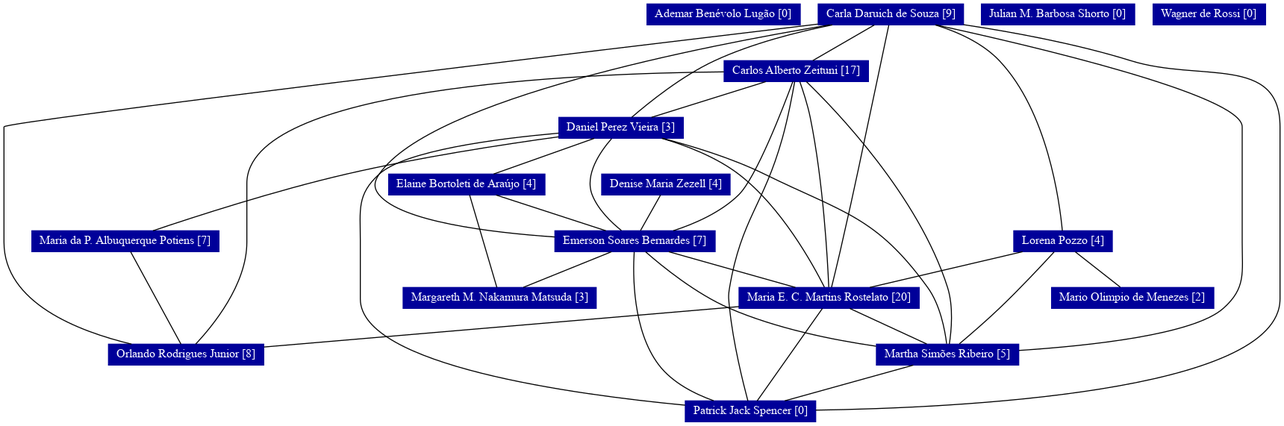
This is grafoDeColaboracoesSemPesos.png from ipencnensp/mptrcs, a Graphviz export, as it was before one commit. Its source is kept beside it as grafoDeColaboracoesSemPesos.dot.
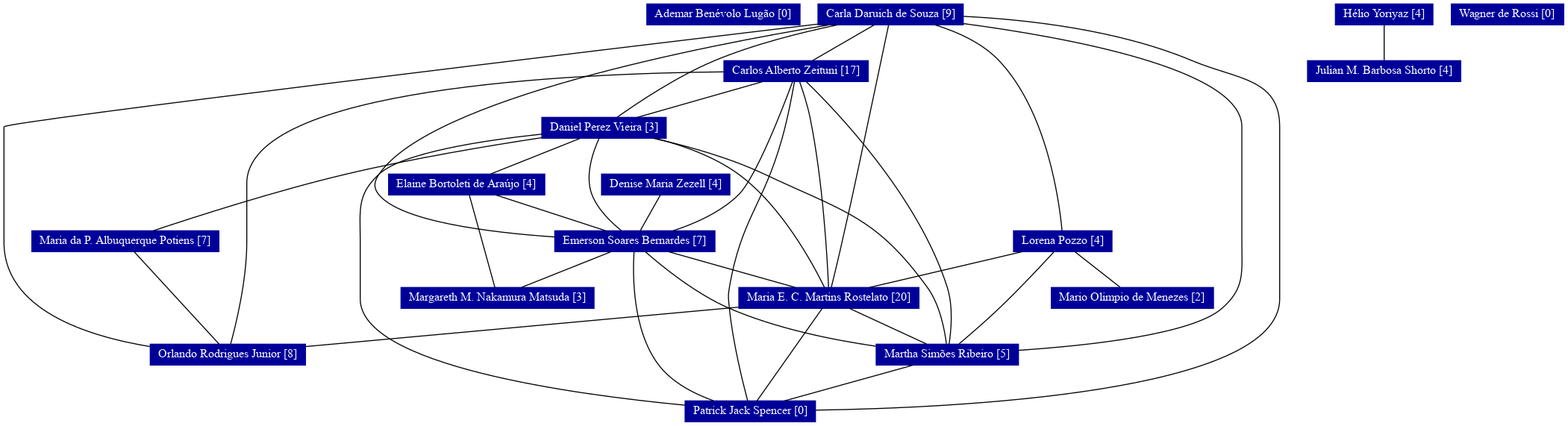
Above is the later version.

Change to the diagram source:
```diff
@@ -1,5 +1,5 @@
 strict graph grafo1 {
-	graph [bb="0,0,1282,420",
+	graph [bb="0,0,1567.5,420",
 		id=grafo1,
 		overlap=False
 	];
@@ -35,9 +35,9 @@
 		fontcolor="#FFFFFF",
 		height=0.29167,
 		label="Daniel Perez Vieira [3]",
-		pos="620,295.5",
+		pos="603,295.5",
 		width=1.7361];
-	1 -- 3	[pos="832.18,398.96 796.83,391.88 751.57,380.4 714,363 680.99,347.71 647.4,320.55 630.75,306.13"];
+	1 -- 3	[pos="837.43,398.93 801.63,391.52 753.96,379.69 714,363 676.27,347.24 636.09,320.28 616.01,306.01"];
 	6	[URL="membro-2599156909197631.html",
 		color="#000099",
 		fontcolor="#FFFFFF",
@@ -45,60 +45,60 @@
 		label="Emerson Soares Bernardes [7]",
 		pos="634,181.5",
 		width=2.2361];
-	1 -- 6	[pos="829.52,398.99 704.73,378.26 429.1,324.72 377,249 371.71,241.31 371,235.15 377,228 399.27,201.44 486.72,190.37 553.48,185.77"];
-	8	[URL="membro-4002781248359452.html",
+	1 -- 6	[pos="829,398.94 703.91,378.21 428.78,324.8 377,249 371.74,241.29 371,235.15 377,228 399.27,201.44 486.72,190.37 553.48,185.77"];
+	9	[URL="membro-4002781248359452.html",
 		color="#000099",
 		fontcolor="#FFFFFF",
 		height=0.29167,
 		label="Lorena Pozzo [4]",
 		pos="1064,181.5",
 		width=1.375];
-	1 -- 8	[pos="935.73,398.92 957.66,392.17 982.94,381.02 1000,363 1048.5,311.81 1060.5,221.62 1063.3,192.13"];
-	11	[URL="membro-4947891787244417.html",
+	1 -- 9	[pos="935.73,398.92 957.66,392.17 982.94,381.02 1000,363 1048.5,311.81 1060.5,221.62 1063.3,192.13"];
+	12	[URL="membro-4947891787244417.html",
 		color="#000099",
 		fontcolor="#FFFFFF",
 		height=0.29167,
 		label="Maria E. C. Martins Rostelato [20]",
 		pos="829,124.5",
 		width=2.5139];
-	1 -- 11	[pos="888.93,398.58 886.21,385.58 881.29,362.08 877,342 860.77,265.95 857.36,246.8 840,171 837.17,158.64 833.7,144.45 831.43,135.25"];
-	13	[URL="membro-4996734160632011.html",
+	1 -- 12	[pos="888.93,398.58 886.21,385.58 881.29,362.08 877,342 860.77,265.95 857.36,246.8 840,171 837.17,158.64 833.7,144.45 831.43,135.25"];
+	14	[URL="membro-4996734160632011.html",
 		color="#000099",
 		fontcolor="#FFFFFF",
 		height=0.29167,
 		label="Martha Simões Ribeiro [5]",
 		pos="948,67.5",
 		width=1.9861];
-	1 -- 13	[pos="936.07,398.99 1031.2,378.3 1244,328.45 1244,296.5 1244,296.5 1244,296.5 1244,180.5 1244,149.76 1248,134.44 1225,114 1195.4,87.623 \
-1091.5,76.394 1019.7,71.714"];
-	14	[URL="membro-4497027431723360.html",
+	1 -- 14	[pos="964.14,400.28 1067.5,386.58 1244,354.69 1244,296.5 1244,296.5 1244,296.5 1244,180.5 1244,149.64 1247.2,134.37 1224,114 1194.4,87.952 \
+1091.1,76.64 1019.7,71.851"];
+	15	[URL="membro-4497027431723360.html",
 		color="#000099",
 		fontcolor="#FFFFFF",
 		height=0.29167,
 		label="Orlando Rodrigues Junior [8]",
-		pos="183,67.5",
+		pos="225,67.5",
 		width=2.1667];
-	1 -- 14	[pos="817.71,399.77 604.57,374.31 0,301.64 0,296.5 0,296.5 0,296.5 0,180.5 0,119.78 74.19,90.98 128.09,78.065"];
-	15	[URL="membro-2173085213526010.html",
+	1 -- 15	[pos="817.71,399.77 604.57,374.31 0,301.64 0,296.5 0,296.5 0,296.5 0,180.5 0,113.08 81.952,86.248 146.94,75.565"];
+	16	[URL="membro-2173085213526010.html",
 		color="#000099",
 		fontcolor="#FFFFFF",
 		height=0.29167,
 		label="Patrick Jack Spencer [0]",
 		pos="750,10.5",
 		width=1.8194];
-	1 -- 15	[pos="964.04,399.19 1012.4,391.94 1076.8,380.19 1132,363 1201.6,341.31 1282,369.42 1282,296.5 1282,296.5 1282,296.5 1282,123.5 1282,29.173 \
+	1 -- 16	[pos="964.11,407.56 1027.2,404.44 1119.7,394.24 1194,363 1239.2,344 1282,345.52 1282,296.5 1282,296.5 1282,296.5 1282,123.5 1282,29.173 \
 957.7,13.866 815.5,11.688"];
-	2 -- 3	[pos="765.34,341.92 733.14,331.86 682.78,316.12 650.6,306.06"];
+	2 -- 3	[pos="762.38,341.92 727.07,331.86 671.85,316.12 636.56,306.06"];
 	2 -- 6	[pos="792.51,341.92 782.91,315.97 755.65,245.19 738,228 719.93,210.4 693.93,199.03 672.44,192.05"];
-	2 -- 11	[pos="799.56,341.88 802.78,332.76 807.42,318.63 810,306 823.13,241.79 827.47,162.76 828.63,135.39"];
-	2 -- 13	[pos="806.14,341.95 835.27,313.73 918.94,226.96 948,135 954.12,115.62 951.83,91.459 949.79,78.247"];
-	2 -- 14	[pos="723.27,351.76 573.38,350.33 244,336.19 244,239.5 244,239.5 244,239.5 244,180.5 244,137.99 209.69,96.244 192.53,78.029"];
-	2 -- 15	[pos="794.4,341.93 792.12,328.93 787.61,304.99 782,285 762.9,216.92 740.95,204.69 729,135 727.42,125.8 728.06,123.29 729,114 732.52,79.302 \
+	2 -- 12	[pos="799.56,341.88 802.78,332.76 807.42,318.63 810,306 823.13,241.79 827.47,162.76 828.63,135.39"];
+	2 -- 14	[pos="806.14,341.95 835.27,313.73 918.94,226.96 948,135 954.12,115.62 951.83,91.459 949.79,78.247"];
+	2 -- 15	[pos="723.27,351.76 573.38,350.33 244,336.19 244,239.5 244,239.5 244,239.5 244,180.5 244,142.24 233.09,97.648 227.8,78.293"];
+	2 -- 16	[pos="794.4,341.93 792.12,328.93 787.61,304.99 782,285 762.9,216.92 740.95,204.69 729,135 727.42,125.8 728.06,123.29 729,114 732.52,79.302 \
 742.57,38.995 747.38,21.01"];
-	3 -- 6	[pos="610.49,284.67 599.21,271.77 582.9,248.36 591,228 596.86,213.26 610.03,200.53 620.25,192.32"];
-	3 -- 11	[pos="660.85,284.95 685,277.87 715.22,266.38 738,249 780.77,216.36 812.7,158.34 824.27,135.31"];
-	3 -- 13	[pos="661.3,284.99 690.79,277.36 730.94,265.25 764,249 843.67,209.85 875.86,206.85 928,135 940.6,117.63 945.35,92.266 947.07,78.421"];
-	3 -- 15	[pos="557.33,290.17 494.3,284.56 402.86,272.56 377,249 354.28,228.3 358,213.24 358,182.5 358,182.5 358,182.5 358,123.5 358,56.437 572.8,\
+	3 -- 6	[pos="597.98,284.7 591.9,271.42 583.37,247.19 591,228 596.86,213.26 610.03,200.53 620.25,192.32"];
+	3 -- 12	[pos="654.55,284.94 681.3,278.14 713.43,266.93 738,249 781.67,217.13 813.3,158.15 824.53,135.09"];
+	3 -- 14	[pos="652.78,284.92 685.4,277.58 728.42,265.82 764,249 844.26,211.07 875.86,206.85 928,135 940.6,117.63 945.35,92.266 947.07,78.421"];
+	3 -- 16	[pos="540.32,289.15 481.9,282.91 400.38,270.59 377,249 354.42,228.15 358,213.24 358,182.5 358,182.5 358,182.5 358,123.5 358,56.437 572.8,\
 27.289 684.39,16.67"];
 	5	[URL="membro-4921659299780500.html",
 		color="#000099",
@@ -107,43 +107,43 @@
 		label="Elaine Bortoleti de Araújo [4]",
 		pos="465,238.5",
 		width=2.1806];
-	3 -- 5	[pos="593,284.92 564.64,274.86 520.29,259.12 491.95,249.06"];
-	10	[URL="membro-2413622335075405.html",
+	3 -- 5	[pos="578.96,284.92 553.79,274.89 514.47,259.22 489.23,249.16"];
+	11	[URL="membro-2413622335075405.html",
 		color="#000099",
 		fontcolor="#FFFFFF",
 		height=0.29167,
 		label="Maria da P. Albuquerque Potiens [7]",
 		pos="122,181.5",
 		width=2.6111];
-	3 -- 10	[pos="557.35,286.5 501.11,278.76 416.51,265.76 344,249 273.05,232.6 191.45,206.15 149.73,192.05"];
-	6 -- 11	[pos="667.97,170.92 703.65,160.86 759.44,145.12 795.1,135.06"];
-	6 -- 13	[pos="644.52,170.93 661.17,156.31 695.18,128.61 729,114 775.88,93.749 832.38,82.297 876.25,75.948"];
-	6 -- 15	[pos="633.16,170.68 631.76,148.13 631.37,91.904 658,57 671.51,39.292 693.76,28.029 713,21.139"];
-	9	[URL="membro-5731839027155619.html",
+	3 -- 11	[pos="540.31,285.59 487.59,277.6 410.42,264.72 344,249 273.33,232.27 191.95,206.07 150.1,192.07"];
+	6 -- 12	[pos="667.97,170.92 703.65,160.86 759.44,145.12 795.1,135.06"];
+	6 -- 14	[pos="644.52,170.93 661.17,156.31 695.18,128.61 729,114 775.88,93.749 832.38,82.297 876.25,75.948"];
+	6 -- 16	[pos="633.16,170.68 631.76,148.13 631.37,91.904 658,57 671.51,39.292 693.76,28.029 713,21.139"];
+	10	[URL="membro-5731839027155619.html",
 		color="#000099",
 		fontcolor="#FFFFFF",
 		height=0.29167,
 		label="Margareth M. Nakamura Matsuda [3]",
-		pos="498,124.5",
+		pos="496,124.5",
 		width=2.6944];
-	6 -- 9	[pos="610.31,170.92 585.5,160.89 546.75,145.22 521.87,135.16"];
-	8 -- 11	[pos="1023.3,170.98 980.38,160.93 913.02,145.16 869.96,135.09"];
-	8 -- 13	[pos="1055.1,170.78 1043,157.6 1020.4,133.46 1000,114 986.63,101.25 970.53,87.375 959.82,78.342"];
-	12	[URL="membro-4882949829423994.html",
+	6 -- 10	[pos="609.96,170.92 584.79,160.89 545.47,145.22 520.23,135.16"];
+	9 -- 12	[pos="1023.3,170.98 980.38,160.93 913.02,145.16 869.96,135.09"];
+	9 -- 14	[pos="1055.1,170.78 1043,157.6 1020.4,133.46 1000,114 986.63,101.25 970.53,87.375 959.82,78.342"];
+	13	[URL="membro-4882949829423994.html",
 		color="#000099",
 		fontcolor="#FFFFFF",
 		height=0.29167,
 		label="Mario Olimpio de Menezes [2]",
 		pos="1134,124.5",
 		width=2.2639];
-	8 -- 12	[pos="1076.2,170.92 1088.9,160.95 1108.7,145.41 1121.5,135.34"];
-	11 -- 13	[pos="849.73,113.92 871.44,103.89 905.34,88.216 927.11,78.155"];
-	11 -- 14	[pos="738.5,115.79 611.23,104.96 381.53,85.403 261.25,75.162"];
-	11 -- 15	[pos="822.26,113.95 807.34,92.791 771.63,42.162 756.72,21.025"];
-	13 -- 15	[pos="913.51,56.92 877.28,46.856 820.63,31.12 784.43,21.063"];
+	9 -- 13	[pos="1076.2,170.92 1088.9,160.95 1108.7,145.41 1121.5,135.34"];
+	12 -- 14	[pos="849.73,113.92 871.44,103.89 905.34,88.216 927.11,78.155"];
+	12 -- 15	[pos="738.25,115.24 620.02,104.47 415.25,85.824 303.43,75.642"];
+	12 -- 16	[pos="822.26,113.95 807.34,92.791 771.63,42.162 756.72,21.025"];
+	14 -- 16	[pos="913.51,56.92 877.28,46.856 820.63,31.12 784.43,21.063"];
 	5 -- 6	[pos="494.44,227.92 525.36,217.86 573.71,202.12 604.62,192.06"];
-	5 -- 9	[pos="467.81,227.95 474.05,206.79 488.97,156.16 495.19,135.02"];
-	10 -- 14	[pos="127.2,170.95 138.73,149.79 166.3,99.162 177.81,78.025"];
+	5 -- 10	[pos="467.64,227.95 473.5,206.79 487.51,156.16 493.36,135.02"];
+	11 -- 15	[pos="130.78,170.95 150.24,149.79 196.8,99.162 216.24,78.025"];
 	4	[URL="membro-3524890504250775.html",
 		color="#000099",
 		fontcolor="#FFFFFF",
@@ -152,18 +152,26 @@
 		pos="665,238.5",
 		width=1.7917];
 	4 -- 6	[pos="659.6,227.92 653.98,217.95 645.22,202.41 639.55,192.34"];
-	7	[URL="membro-3190017636816434.html",
+	7	[URL="membro-2359603996065755.html",
 		color="#000099",
 		fontcolor="#FFFFFF",
 		height=0.29167,
-		label="Julian M. Barbosa Shorto [0]",
-		pos="1059,409.5",
+		label="Hélio Yoriyaz [4]",
+		pos="1387,409.5",
+		width=1.3611];
+	8	[URL="membro-3190017636816434.html",
+		color="#000099",
+		fontcolor="#FFFFFF",
+		height=0.29167,
+		label="Julian M. Barbosa Shorto [4]",
+		pos="1387,352.5",
 		width=2.1389];
-	16	[URL="membro-7755548478382164.html",
+	7 -- 8	[pos="1387,398.92 1387,388.95 1387,373.41 1387,363.34"];
+	17	[URL="membro-7755548478382164.html",
 		color="#000099",
 		fontcolor="#FFFFFF",
 		height=0.29167,
 		label="Wagner de Rossi [0]",
-		pos="1211,409.5",
+		pos="1511,409.5",
 		width=1.5694];
 }
```
